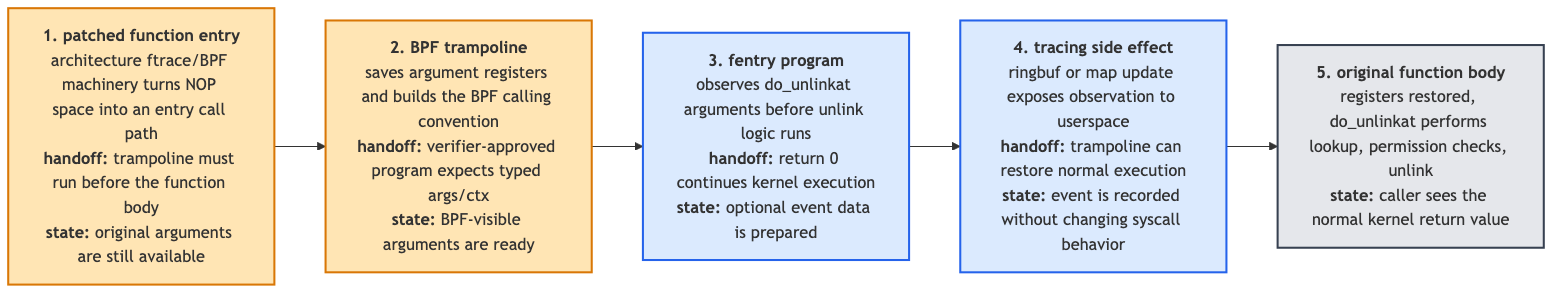
Above: ebpf/src/diagrams/day01_trampoline_flow.png in biefy/books (Mermaid), before the change. Its source is kept beside it as ebpf/src/diagrams/src/day01_trampoline_flow.mmd.
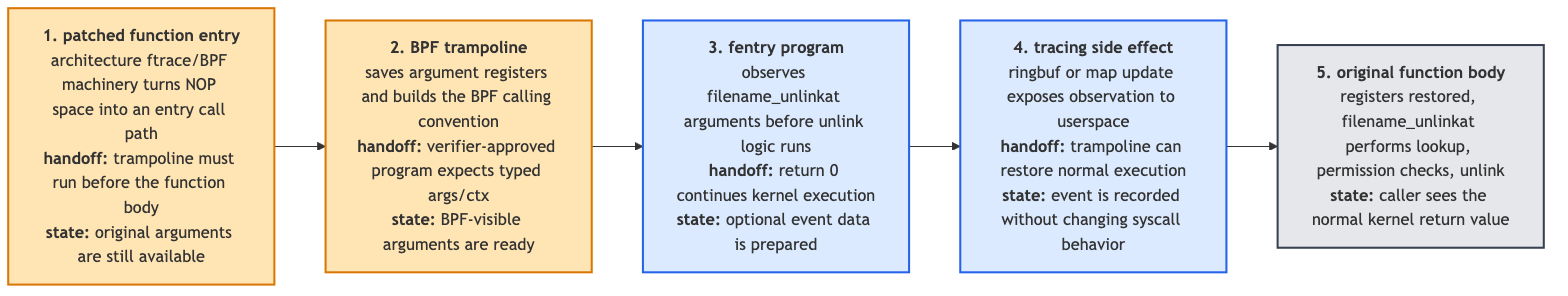
After the commit.

What changed in the source:
```diff
@@ -3,11 +3,11 @@
 
     Tramp["<b>2. BPF trampoline</b><br/>saves argument registers and builds the BPF calling convention<br/><b>handoff:</b> verifier-approved program expects typed args/ctx<br/><b>state:</b> BPF-visible arguments are ready"]
 
-    Prog["<b>3. fentry program</b><br/>observes do_unlinkat arguments before unlink logic runs<br/><b>handoff:</b> return 0 continues kernel execution<br/><b>state:</b> optional event data is prepared"]
+    Prog["<b>3. fentry program</b><br/>observes filename_unlinkat arguments before unlink logic runs<br/><b>handoff:</b> return 0 continues kernel execution<br/><b>state:</b> optional event data is prepared"]
 
     Event["<b>4. tracing side effect</b><br/>ringbuf or map update exposes observation to userspace<br/><b>handoff:</b> trampoline can restore normal execution<br/><b>state:</b> event is recorded without changing syscall behavior"]
 
-    Body["<b>5. original function body</b><br/>registers restored, do_unlinkat performs lookup, permission checks, unlink<br/><b>state:</b> caller sees the normal kernel return value"]
+    Body["<b>5. original function body</b><br/>registers restored, filename_unlinkat performs lookup, permission checks, unlink<br/><b>state:</b> caller sees the normal kernel return value"]
 
     Patch --> Tramp --> Prog --> Event --> Body
 
```
